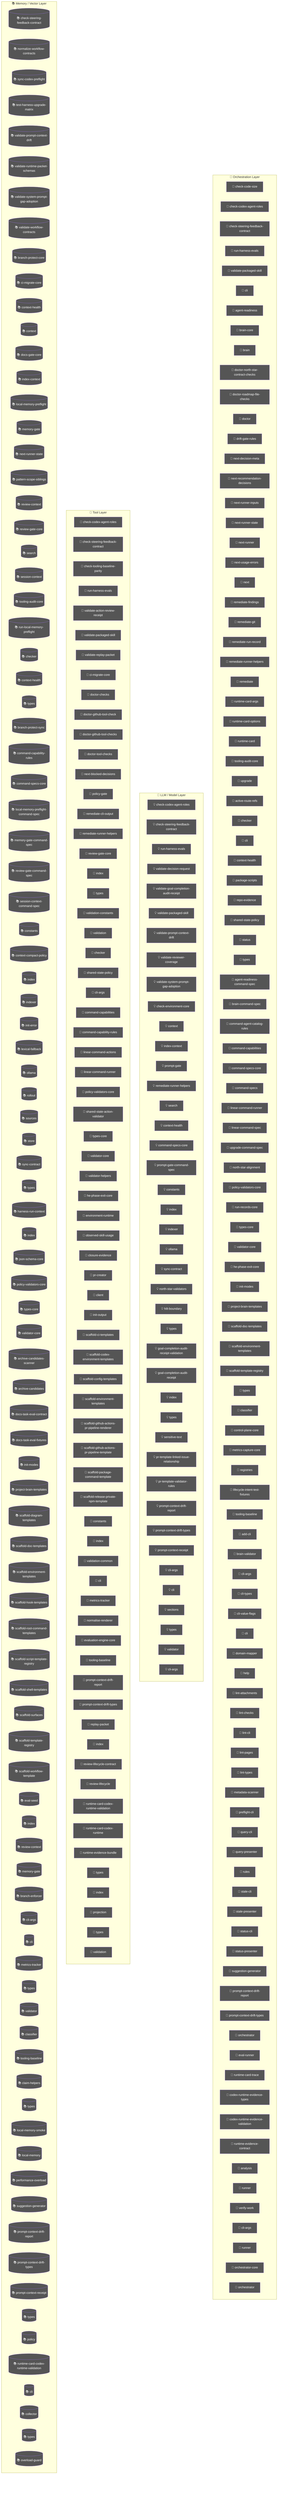
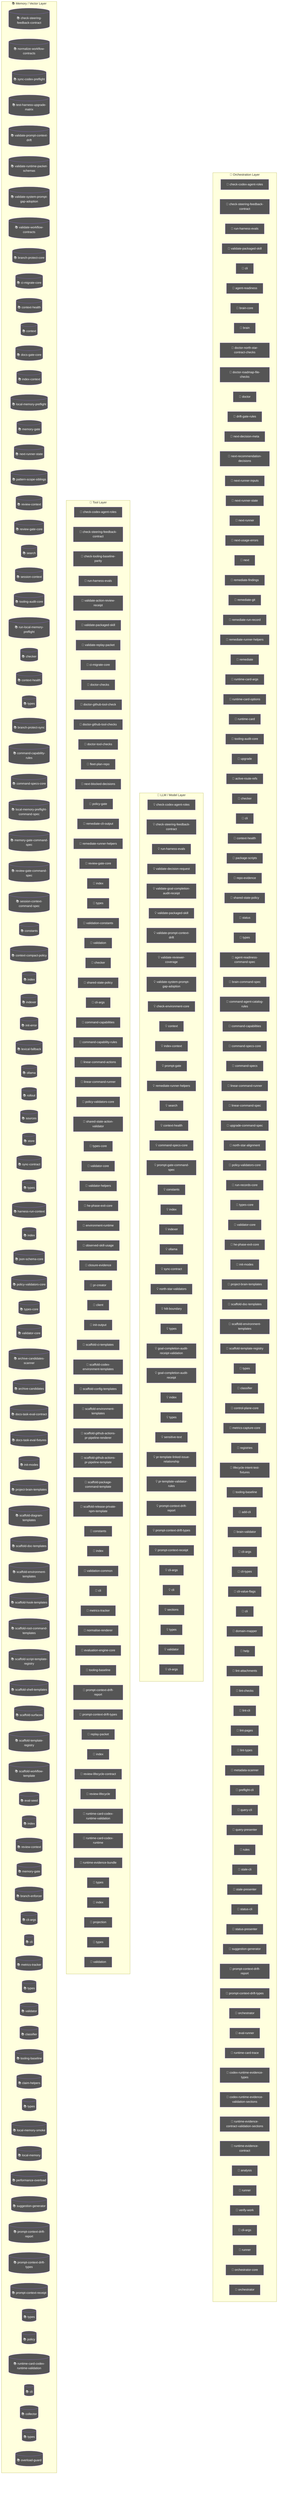
flowchart TD
  subgraph Orchestration["🎯 Orchestration Layer"]
-     check_code_size_9c5efc3a["🤖 check-code-size"]
    node_agent_mmd_orchestration_layer_orchestration_chec_7a9f0b64["🤖 check-codex-agent-roles"]
    node_agent_mmd_orchestration_layer_orchestration_chec_7fd47f5c["🤖 check-steering-feedback-contract"]
    node_agent_mmd_orchestration_layer_orchestration_run__18817957["🤖 run-harness-evals"]
    node_agent_mmd_orchestration_layer_orchestration_vali_c01b04be["🤖 validate-packaged-skill"]
    cli_99bb8840["🤖 cli"]
    agent_readiness_c82c68e6["🤖 agent-readiness"]
    brain_core_aa07c380["🤖 brain-core"]
    brain_bbbf7a64["🤖 brain"]
    doctor_north_star_contract_checks_0048124c["🤖 doctor-north-star-contract-checks"]
    doctor_roadmap_file_checks_14447b8e["🤖 doctor-roadmap-file-checks"]
    doctor_72f4be89["🤖 doctor"]
    drift_gate_rules_9685e72d["🤖 drift-gate-rules"]
    next_decision_meta_c58bc91b["🤖 next-decision-meta"]
    next_recommendation_decisions_03315dd4["🤖 next-recommendation-decisions"]
    next_runner_inputs_754dba64["🤖 next-runner-inputs"]
    node_agent_mmd_orchestration_layer_orchestration_next_5393fba1["🤖 next-runner-state"]
    next_runner_41643472["🤖 next-runner"]
    next_usage_errors_837a345a["🤖 next-usage-errors"]
    next_c6c1c9a9["🤖 next"]
    remediate_findings_8b09c8c6["🤖 remediate-findings"]
    remediate_git_58c6f6f4["🤖 remediate-git"]
    remediate_run_record_9dfe5dc1["🤖 remediate-run-record"]
    node_agent_mmd_orchestration_layer_orchestration_reme_359fe98f["🤖 remediate-runner-helpers"]
    remediate_06b9c7fc["🤖 remediate"]
    runtime_card_args_2b3d4b28["🤖 runtime-card-args"]
    runtime_card_options_c9156ad5["🤖 runtime-card-options"]
    runtime_card_e06b53e1["🤖 runtime-card"]
    node_agent_mmd_orchestration_layer_orchestration_tool_acfe0c01["🤖 tooling-audit-core"]
    upgrade_7fef9479["🤖 upgrade"]
    active_route_refs_d7a46846["🤖 active-route-refs"]
    node_agent_mmd_orchestration_layer_orchestration_chec_0550c395["🤖 checker"]
    cli_1_084e05fe["🤖 cli"]
    node_agent_mmd_orchestration_layer_orchestration_cont_61b3b9c9["🤖 context-health"]
    package_scripts_3ee6150f["🤖 package-scripts"]
    repo_evidence_38bb1de5["🤖 repo-evidence"]
    node_agent_mmd_orchestration_layer_orchestration_shar_724ef5f0["🤖 shared-state-policy"]
    status_073c1634["🤖 status"]
    node_agent_mmd_orchestration_layer_orchestration_type_4f906dcc["🤖 types"]
    agent_readiness_command_spec_a30c2c1e["🤖 agent-readiness-command-spec"]
    brain_command_spec_15b122d5["🤖 brain-command-spec"]
    command_agent_catalog_rules_8e06b2af["🤖 command-agent-catalog-rules"]
    node_agent_mmd_orchestration_layer_orchestration_comm_6e41a7f7["🤖 command-capabilities"]
    node_agent_mmd_orchestration_layer_orchestration_comm_1f8cc24c["🤖 command-specs-core"]
    command_specs_69167c63["🤖 command-specs"]
    node_agent_mmd_orchestration_layer_orchestration_line_b67affd5["🤖 linear-command-runner"]
    linear_command_spec_1e12dd44["🤖 linear-command-spec"]
    upgrade_command_spec_03f6c7bd["🤖 upgrade-command-spec"]
    north_star_alignment_00440188["🤖 north-star-alignment"]
    node_agent_mmd_orchestration_layer_orchestration_poli_3270b55d["🤖 policy-validators-core"]
    run_records_core_89286dfa["🤖 run-records-core"]
    node_agent_mmd_orchestration_layer_orchestration_type_7cf81261["🤖 types-core"]
    node_agent_mmd_orchestration_layer_orchestration_vali_d9fe99e6["🤖 validator-core"]
    node_agent_mmd_orchestration_layer_orchestration_he_p_fc778c24["🤖 he-phase-exit-core"]
    node_agent_mmd_orchestration_layer_orchestration_init_2a9c3ecb["🤖 init-modes"]
    node_agent_mmd_orchestration_layer_orchestration_proj_6ab6f60f["🤖 project-brain-templates"]
    node_agent_mmd_orchestration_layer_orchestration_scaf_12cc07db["🤖 scaffold-doc-templates"]
    node_agent_mmd_orchestration_layer_orchestration_scaf_c9a90c2f["🤖 scaffold-environment-templates"]
    node_agent_mmd_orchestration_layer_orchestration_scaf_ff8f92f6["🤖 scaffold-template-registry"]
    types_16_0fae1112["🤖 types"]
    node_agent_mmd_orchestration_layer_orchestration_clas_899b821a["🤖 classifier"]
    control_plane_core_db3b4cb2["🤖 control-plane-core"]
    metrics_capture_core_db4bf7cf["🤖 metrics-capture-core"]
    registries_06402afa["🤖 registries"]
    lifecycle_intent_test_fixtures_a53c7ada["🤖 lifecycle-intent-test-fixtures"]
    node_agent_mmd_orchestration_layer_orchestration_tool_cc43149f["🤖 tooling-baseline"]
    add_cli_7614de25["🤖 add-cli"]
    brain_validator_be251832["🤖 brain-validator"]
    cli_args_8_d546936e["🤖 cli-args"]
    cli_types_1686e858["🤖 cli-types"]
    cli_value_flags_732a8e43["🤖 cli-value-flags"]
    cli_10_35dc8cbd["🤖 cli"]
    domain_mapper_cd9333d2["🤖 domain-mapper"]
    help_106a5842["🤖 help"]
    lint_attachments_873c0632["🤖 lint-attachments"]
    lint_checks_83522b19["🤖 lint-checks"]
    lint_cli_9ec62ec0["🤖 lint-cli"]
    lint_pages_e33301d0["🤖 lint-pages"]
    lint_types_2862c255["🤖 lint-types"]
    metadata_scanner_6a101b66["🤖 metadata-scanner"]
    preflight_cli_5d148379["🤖 preflight-cli"]
    query_cli_b95be64d["🤖 query-cli"]
    query_presenter_02e6077c["🤖 query-presenter"]
    rules_6c621d1a["🤖 rules"]
    stale_cli_64548720["🤖 stale-cli"]
    stale_presenter_1de4e3a2["🤖 stale-presenter"]
    status_cli_4c24a0d6["🤖 status-cli"]
    status_presenter_8de686c1["🤖 status-presenter"]
    node_agent_mmd_orchestration_layer_orchestration_sugg_85c5ebe3["🤖 suggestion-generator"]
    node_agent_mmd_orchestration_layer_orchestration_prom_d17b4de2["🤖 prompt-context-drift-report"]
    node_agent_mmd_orchestration_layer_orchestration_prom_77088997["🤖 prompt-context-drift-types"]
    orchestrator_11376b7e["🤖 orchestrator"]
    eval_runner_0966a6b3["🤖 eval-runner"]
    runtime_card_trace_64a5ca95["🤖 runtime-card-trace"]
    codex_runtime_evidence_types_f55808dd["🤖 codex-runtime-evidence-types"]
-     codex_runtime_evidence_validation_d060a92d["🤖 codex-runtime-evidence-validation"]
+     codex_runtime_evidence_validation_sections_6d236b4a["🤖 codex-runtime-evidence-validation-sections"]
+     runtime_evidence_contract_validation_sections_1779ca7c["🤖 runtime-evidence-contract-validation-sections"]
    runtime_evidence_contract_0f7b15b2["🤖 runtime-evidence-contract"]
    analysis_f44e85c4["🤖 analysis"]
    runner_527aa9f4["🤖 runner"]
    verify_work_1_cd8e7ec3["🤖 verify-work"]
    cli_args_14_3481043e["🤖 cli-args"]
    runner_1_6f281bf8["🤖 runner"]
    orchestrator_core_d0678b53["🤖 orchestrator-core"]
    orchestrator_1_6b7137c5["🤖 orchestrator"]
  end
  subgraph LLMLayer["🧠 LLM / Model Layer"]
    node_agent_mmd_llm_model_layer_llmlayer_check_codex_a_29e7b7fa["💡 check-codex-agent-roles"]
    node_agent_mmd_llm_model_layer_llmlayer_check_steerin_0e1bf90d["💡 check-steering-feedback-contract"]
    node_agent_mmd_llm_model_layer_llmlayer_run_harness_e_603fcfdc["💡 run-harness-evals"]
    validate_decision_request_2e5c325e["💡 validate-decision-request"]
    validate_goal_completion_audit_receipt_100d252c["💡 validate-goal-completion-audit-receipt"]
    node_agent_mmd_llm_model_layer_llmlayer_validate_pack_2a12e1f4["💡 validate-packaged-skill"]
    node_agent_mmd_llm_model_layer_llmlayer_validate_prom_9880f764["💡 validate-prompt-context-drift"]
    validate_reviewer_coverage_251efee3["💡 validate-reviewer-coverage"]
    node_agent_mmd_llm_model_layer_llmlayer_validate_syst_5636156e["💡 validate-system-prompt-gap-adoption"]
    check_environment_core_2c16213f["💡 check-environment-core"]
    node_agent_mmd_llm_model_layer_llmlayer_context_conte_ad2dfbd9["💡 context"]
    node_agent_mmd_llm_model_layer_llmlayer_index_context_1041bd11["💡 index-context"]
    prompt_gate_c5e9d207["💡 prompt-gate"]
    node_agent_mmd_llm_model_layer_llmlayer_remediate_run_9e3d4585["💡 remediate-runner-helpers"]
    node_agent_mmd_llm_model_layer_llmlayer_search_search_66b9a911["💡 search"]
    node_agent_mmd_llm_model_layer_llmlayer_context_healt_cfc0bfa8["💡 context-health"]
    node_agent_mmd_llm_model_layer_llmlayer_command_specs_782af9fa["💡 command-specs-core"]
    prompt_gate_command_spec_9a941482["💡 prompt-gate-command-spec"]
    node_agent_mmd_llm_model_layer_llmlayer_constants_con_c9bd3f6c["💡 constants"]
    node_agent_mmd_llm_model_layer_llmlayer_index_index_1_02e160ff["💡 index"]
    node_agent_mmd_llm_model_layer_llmlayer_indexer_index_4f4deef5["💡 indexer"]
    node_agent_mmd_llm_model_layer_llmlayer_ollama_ollama_968b23fa["💡 ollama"]
    node_agent_mmd_llm_model_layer_llmlayer_sync_contract_9f3cc8c1["💡 sync-contract"]
    north_star_validators_cfc926ce["💡 north-star-validators"]
    hilt_boundary_9b36fb15["💡 hilt-boundary"]
    types_10_75e5a4a0["💡 types"]
    goal_completion_audit_receipt_validation_9d0f4891["💡 goal-completion-audit-receipt-validation"]
    goal_completion_audit_receipt_5e4939c3["💡 goal-completion-audit-receipt"]
    index_5_522f772a["💡 index"]
    node_agent_mmd_llm_model_layer_llmlayer_constants_con_c9bd3f6c["💡 constants"]
    types_17_ed30531c["💡 types"]
    sensitive_text_7c11f760["💡 sensitive-text"]
    pr_template_linked_issue_relationship_a7b61f2c["💡 pr-template-linked-issue-relationship"]
    pr_template_validator_rules_20a32d6b["💡 pr-template-validator-rules"]
    node_agent_mmd_llm_model_layer_llmlayer_index_index_1_02e160ff["💡 index"]
    node_agent_mmd_llm_model_layer_llmlayer_prompt_contex_81f9066a["💡 prompt-context-drift-report"]
    node_agent_mmd_llm_model_layer_llmlayer_prompt_contex_e5066b88["💡 prompt-context-drift-types"]
    node_agent_mmd_llm_model_layer_llmlayer_index_index_1_02e160ff["💡 index"]
    node_agent_mmd_llm_model_layer_llmlayer_prompt_contex_6426acc2["💡 prompt-context-receipt"]
    cli_args_9_9c136878["💡 cli-args"]
    cli_11_338a8415["💡 cli"]
    sections_4697ef32["💡 sections"]
    types_27_4d134744["💡 types"]
    validator_7_f836eb0e["💡 validator"]
    cli_args_10_861cdd3f["💡 cli-args"]
  end
  subgraph ToolLayer["🔧 Tool Layer"]
    node_agent_mmd_tool_layer_toollayer_check_codex_agent_4b361d5a["🔧 check-codex-agent-roles"]
    node_agent_mmd_tool_layer_toollayer_check_steering_fe_eafecf3a["🔧 check-steering-feedback-contract"]
    check_tooling_baseline_parity_3124b30a["🔧 check-tooling-baseline-parity"]
    node_agent_mmd_tool_layer_toollayer_run_harness_evals_e2ee24f1["🔧 run-harness-evals"]
    validate_action_review_receipt_fa2f06c3["🔧 validate-action-review-receipt"]
    node_agent_mmd_tool_layer_toollayer_validate_packaged_2855c827["🔧 validate-packaged-skill"]
    validate_replay_packet_f309747e["🔧 validate-replay-packet"]
    node_agent_mmd_tool_layer_toollayer_ci_migrate_core_c_049f8460["🔧 ci-migrate-core"]
    doctor_checks_5a2eb2b9["🔧 doctor-checks"]
    doctor_github_tool_check_e0a938df["🔧 doctor-github-tool-check"]
    doctor_github_tool_checks_a53b0382["🔧 doctor-github-tool-checks"]
    doctor_tool_checks_4acac51a["🔧 doctor-tool-checks"]
+     fleet_plan_repo_ecdc6499["🔧 fleet-plan-repo"]
    next_blocked_decisions_4140ad2b["🔧 next-blocked-decisions"]
    policy_gate_213f7313["🔧 policy-gate"]
    remediate_cli_output_cc165396["🔧 remediate-cli-output"]
    node_agent_mmd_tool_layer_toollayer_remediate_runner__c003b871["🔧 remediate-runner-helpers"]
    node_agent_mmd_tool_layer_toollayer_review_gate_core__7704598b["🔧 review-gate-core"]
    index_1bc04b52["🔧 index"]
    types_1_4ecdf56e["🔧 types"]
    validation_constants_e002a0f6["🔧 validation-constants"]
    validation_98c41dcd["🔧 validation"]
    node_agent_mmd_tool_layer_toollayer_checker_checker_2_453d593b["🔧 checker"]
    node_agent_mmd_tool_layer_toollayer_shared_state_poli_53734acd["🔧 shared-state-policy"]
    cli_args_1_6144b055["🔧 cli-args"]
    node_agent_mmd_tool_layer_toollayer_command_capabilit_7fe13db1["🔧 command-capabilities"]
    node_agent_mmd_tool_layer_toollayer_command_capabilit_e97a4615["🔧 command-capability-rules"]
    linear_command_actions_e430f4f4["🔧 linear-command-actions"]
    node_agent_mmd_tool_layer_toollayer_linear_command_ru_d6763748["🔧 linear-command-runner"]
    node_agent_mmd_tool_layer_toollayer_policy_validators_af136abf["🔧 policy-validators-core"]
    shared_state_action_validator_e7b128cd["🔧 shared-state-action-validator"]
    node_agent_mmd_tool_layer_toollayer_types_core_types__6c8319b6["🔧 types-core"]
    node_agent_mmd_tool_layer_toollayer_validator_core_va_6ef6131f["🔧 validator-core"]
    validator_helpers_7b927667["🔧 validator-helpers"]
    node_agent_mmd_tool_layer_toollayer_he_phase_exit_cor_af016160["🔧 he-phase-exit-core"]
    environment_runtime_3206f0a8["🔧 environment-runtime"]
    observed_skill_usage_ed7d5930["🔧 observed-skill-usage"]
    closure_evidence_aaa31467["🔧 closure-evidence"]
    pr_creator_dc6b1ea4["🔧 pr-creator"]
    client_948fe603["🔧 client"]
    init_output_360dce91["🔧 init-output"]
    scaffold_ci_templates_2afd6392["🔧 scaffold-ci-templates"]
    scaffold_codex_environment_templates_334fbbed["🔧 scaffold-codex-environment-templates"]
    scaffold_config_templates_4b80ce53["🔧 scaffold-config-templates"]
    node_agent_mmd_tool_layer_toollayer_scaffold_environm_c1afc013["🔧 scaffold-environment-templates"]
    scaffold_github_actions_pr_pipeline_renderer_1ee18de5["🔧 scaffold-github-actions-pr-pipeline-renderer"]
    scaffold_github_actions_pr_pipeline_template_e2b85f62["🔧 scaffold-github-actions-pr-pipeline-template"]
    scaffold_package_command_template_80e32e83["🔧 scaffold-package-command-template"]
    scaffold_release_private_npm_template_075499f8["🔧 scaffold-release-private-npm-template"]
    node_agent_mmd_tool_layer_toollayer_constants_constan_9d71b829["🔧 constants"]
    index_9_32dd4d91["🔧 index"]
    validation_common_6161e48b["🔧 validation-common"]
    node_agent_mmd_tool_layer_toollayer_cli_cli_2_1_32d9eeaf["🔧 cli"]
    node_agent_mmd_tool_layer_toollayer_metrics_tracker_m_4c9237d8["🔧 metrics-tracker"]
    normalise_renderer_85f2e563["🔧 normalise-renderer"]
    evaluation_engine_core_e054fe49["🔧 evaluation-engine-core"]
    node_agent_mmd_tool_layer_toollayer_tooling_baseline__61e66e9f["🔧 tooling-baseline"]
    node_agent_mmd_tool_layer_toollayer_prompt_context_dr_a2772f2b["🔧 prompt-context-drift-report"]
    node_agent_mmd_tool_layer_toollayer_prompt_context_dr_bd82da46["🔧 prompt-context-drift-types"]
    replay_packet_a1293f88["🔧 replay-packet"]
    index_14_d982116c["🔧 index"]
    review_lifecycle_contract_e5447221["🔧 review-lifecycle-contract"]
    review_lifecycle_89afa64c["🔧 review-lifecycle"]
    node_agent_mmd_tool_layer_toollayer_runtime_card_code_3636ceac["🔧 runtime-card-codex-runtime-validation"]
    runtime_card_codex_runtime_0655e230["🔧 runtime-card-codex-runtime"]
    runtime_evidence_bundle_d471a232["🔧 runtime-evidence-bundle"]
    types_36_674380ec["🔧 types"]
    index_17_642943a2["🔧 index"]
    projection_1b250ea1["🔧 projection"]
    types_38_e8efcd57["🔧 types"]
    validation_7_c4e6d8b6["🔧 validation"]
  end
  subgraph MemoryLayer["📚 Memory / Vector Layer"]
    node_agent_mmd_memory_vector_layer_memorylayer_check__64c86928[("📚 check-steering-feedback-contract")]
    normalize_workflow_contracts_8701f1c8[("📚 normalize-workflow-contracts")]
    sync_codex_preflight_7e7a8dc2[("📚 sync-codex-preflight")]
    test_harness_upgrade_matrix_84113c4e[("📚 test-harness-upgrade-matrix")]
    node_agent_mmd_memory_vector_layer_memorylayer_valida_c52c4db8[("📚 validate-prompt-context-drift")]
    validate_runtime_packet_schemas_bc3ba8ec[("📚 validate-runtime-packet-schemas")]
    node_agent_mmd_memory_vector_layer_memorylayer_valida_db599a97[("📚 validate-system-prompt-gap-adoption")]
    validate_workflow_contracts_33dc063c[("📚 validate-workflow-contracts")]
    branch_protect_core_a8feb0fd[("📚 branch-protect-core")]
    node_agent_mmd_memory_vector_layer_memorylayer_ci_mig_0cd5b1a4[("📚 ci-migrate-core")]
    context_health_80bb7da9[("📚 context-health")]
    node_agent_mmd_memory_vector_layer_memorylayer_contex_78ceaaa9[("📚 context")]
    docs_gate_core_eb9b6c18[("📚 docs-gate-core")]
    node_agent_mmd_memory_vector_layer_memorylayer_index__6f3402d0[("📚 index-context")]
    local_memory_preflight_dcc36c42[("📚 local-memory-preflight")]
    memory_gate_a577a506[("📚 memory-gate")]
    node_agent_mmd_memory_vector_layer_memorylayer_next_r_7feb80cc[("📚 next-runner-state")]
    pattern_scope_siblings_43abe000[("📚 pattern-scope-siblings")]
    review_context_ca6cf81d[("📚 review-context")]
    node_agent_mmd_memory_vector_layer_memorylayer_review_5bee9816[("📚 review-gate-core")]
    node_agent_mmd_memory_vector_layer_memorylayer_search_ac35cb7e[("📚 search")]
    session_context_e5ec72c0[("📚 session-context")]
    node_agent_mmd_memory_vector_layer_memorylayer_toolin_a1185b8f[("📚 tooling-audit-core")]
    run_local_memory_preflight_36e92808[("📚 run-local-memory-preflight")]
    node_agent_mmd_memory_vector_layer_memorylayer_checke_a583eb4f[("📚 checker")]
    node_agent_mmd_memory_vector_layer_memorylayer_contex_3204aa0e[("📚 context-health")]
    node_agent_mmd_memory_vector_layer_memorylayer_types__9ad640a0[("📚 types")]
    branch_protect_sync_570adb18[("📚 branch-protect-sync")]
    node_agent_mmd_memory_vector_layer_memorylayer_comman_c72a5d05[("📚 command-capability-rules")]
    node_agent_mmd_memory_vector_layer_memorylayer_comman_111eb454[("📚 command-specs-core")]
    local_memory_preflight_command_spec_9e23f3ce[("📚 local-memory-preflight-command-spec")]
    memory_gate_command_spec_dc9001a9[("📚 memory-gate-command-spec")]
    review_gate_command_spec_3187376a[("📚 review-gate-command-spec")]
    session_context_command_spec_973afbb1[("📚 session-context-command-spec")]
    node_agent_mmd_memory_vector_layer_memorylayer_consta_702d3f46[("📚 constants")]
    context_compact_policy_3dcaf95d[("📚 context-compact-policy")]
    node_agent_mmd_memory_vector_layer_memorylayer_index__752bc61e[("📚 index")]
    node_agent_mmd_memory_vector_layer_memorylayer_indexe_93e6d86f[("📚 indexer")]
    init_error_5c7dd49f[("📚 init-error")]
    lexical_fallback_723e2b3e[("📚 lexical-fallback")]
    node_agent_mmd_memory_vector_layer_memorylayer_ollama_6d51be16[("📚 ollama")]
    rollout_a4fa034c[("📚 rollout")]
    sources_878a52fc[("📚 sources")]
    store_824d80d7[("📚 store")]
    node_agent_mmd_memory_vector_layer_memorylayer_sync_c_e43418bc[("📚 sync-contract")]
    types_8_f6283648[("📚 types")]
    harness_run_context_ac7c77a9[("📚 harness-run-context")]
    index_4_013aa0e3[("📚 index")]
    json_schema_core_96d7e328[("📚 json-schema-core")]
    node_agent_mmd_memory_vector_layer_memorylayer_policy_1944de42[("📚 policy-validators-core")]
    node_agent_mmd_memory_vector_layer_memorylayer_types__83f369fa[("📚 types-core")]
    node_agent_mmd_memory_vector_layer_memorylayer_valida_41034356[("📚 validator-core")]
    archive_candidates_scanner_d0931789[("📚 archive-candidates-scanner")]
    archive_candidates_dc0e40e1[("📚 archive-candidates")]
    docs_task_eval_contract_79347457[("📚 docs-task-eval-contract")]
    docs_task_eval_fixtures_44902755[("📚 docs-task-eval-fixtures")]
    node_agent_mmd_memory_vector_layer_memorylayer_init_m_333d02c5[("📚 init-modes")]
    node_agent_mmd_memory_vector_layer_memorylayer_projec_3ae304d9[("📚 project-brain-templates")]
    scaffold_diagram_templates_dd88e83c[("📚 scaffold-diagram-templates")]
    node_agent_mmd_memory_vector_layer_memorylayer_scaffo_5fd73b94[("📚 scaffold-doc-templates")]
    node_agent_mmd_memory_vector_layer_memorylayer_scaffo_12b42341[("📚 scaffold-environment-templates")]
    scaffold_hook_templates_8c74ab50[("📚 scaffold-hook-templates")]
    scaffold_root_command_templates_404fed7f[("📚 scaffold-root-command-templates")]
    scaffold_script_template_registry_69312d4e[("📚 scaffold-script-template-registry")]
    scaffold_shell_templates_0ad0f915[("📚 scaffold-shell-templates")]
    scaffold_surfaces_12d6494e[("📚 scaffold-surfaces")]
    node_agent_mmd_memory_vector_layer_memorylayer_scaffo_a86eece1[("📚 scaffold-template-registry")]
    scaffold_workflow_template_92310587[("📚 scaffold-workflow-template")]
    eval_seed_5699fd3e[("📚 eval-seed")]
    index_10_f6785a46[("📚 index")]
    review_context_1_e3afed15[("📚 review-context")]
    memory_gate_1_265164ac[("📚 memory-gate")]
    branch_enforcer_acb749cd[("📚 branch-enforcer")]
    cli_args_5_09ea29f0[("📚 cli-args")]
    node_agent_mmd_memory_vector_layer_memorylayer_cli_cl_1f1f89ab[("📚 cli")]
    node_agent_mmd_memory_vector_layer_memorylayer_metric_12562178[("📚 metrics-tracker")]
    types_19_eb4ad5f0[("📚 types")]
    validator_5_b19ac2be[("📚 validator")]
    node_agent_mmd_memory_vector_layer_memorylayer_classi_1ebbf5ff[("📚 classifier")]
    node_agent_mmd_memory_vector_layer_memorylayer_toolin_14f86b00[("📚 tooling-baseline")]
    claim_helpers_20dc8387[("📚 claim-helpers")]
    types_24_c63dc1a7[("📚 types")]
    local_memory_smoke_1175abfc[("📚 local-memory-smoke")]
    local_memory_0db17ecc[("📚 local-memory")]
    performance_overload_c685bfcf[("📚 performance-overload")]
    node_agent_mmd_memory_vector_layer_memorylayer_sugges_267f408d[("📚 suggestion-generator")]
    node_agent_mmd_memory_vector_layer_memorylayer_index__752bc61e[("📚 index")]
    node_agent_mmd_memory_vector_layer_memorylayer_prompt_ae34fc43[("📚 prompt-context-drift-report")]
    node_agent_mmd_memory_vector_layer_memorylayer_prompt_efd77624[("📚 prompt-context-drift-types")]
    node_agent_mmd_memory_vector_layer_memorylayer_index__752bc61e[("📚 index")]
    node_agent_mmd_memory_vector_layer_memorylayer_prompt_55c0d605[("📚 prompt-context-receipt")]
    types_31_eb363e20[("📚 types")]
    policy_1_fc4198db[("📚 policy")]
    node_agent_mmd_memory_vector_layer_memorylayer_runtim_a5d23e7f[("📚 runtime-card-codex-runtime-validation")]
    cli_12_01c06c37[("📚 cli")]
    collector_0736fd5b[("📚 collector")]
    types_34_85e6a0bb[("📚 types")]
    overload_guard_2748c559[("📚 overload-guard")]
  end
  classDef agentNode fill:#555,color:#fff
-   class check_code_size_9c5efc3a,node_agent_mmd_orchestration_layer_orchestration_chec_7a9f0b64,node_agent_mmd_llm_model_layer_llmlayer_check_codex_a_29e7b7fa,node_agent_mmd_tool_layer_toollayer_check_codex_agent_4b361d5a,node_agent_mmd_orchestration_layer_orchestration_chec_7fd47f5c,node_agent_mmd_llm_model_layer_llmlayer_check_steerin_0e1bf90d,node_agent_mmd_tool_layer_toollayer_check_steering_fe_eafecf3a,node_agent_mmd_memory_vector_layer_memorylayer_check__64c86928,node_agent_mmd_orchestration_layer_orchestration_run__18817957,node_agent_mmd_llm_model_layer_llmlayer_run_harness_e_603fcfdc,node_agent_mmd_tool_layer_toollayer_run_harness_evals_e2ee24f1,node_agent_mmd_orchestration_layer_orchestration_vali_c01b04be,node_agent_mmd_llm_model_layer_llmlayer_validate_pack_2a12e1f4,node_agent_mmd_tool_layer_toollayer_validate_packaged_2855c827,cli_99bb8840,agent_readiness_c82c68e6,brain_core_aa07c380,brain_bbbf7a64,doctor_north_star_contract_checks_0048124c,doctor_roadmap_file_checks_14447b8e,doctor_72f4be89,drift_gate_rules_9685e72d,next_decision_meta_c58bc91b,next_recommendation_decisions_03315dd4,next_runner_inputs_754dba64,node_agent_mmd_orchestration_layer_orchestration_next_5393fba1,node_agent_mmd_memory_vector_layer_memorylayer_next_r_7feb80cc,next_runner_41643472,next_usage_errors_837a345a,next_c6c1c9a9,remediate_findings_8b09c8c6,remediate_git_58c6f6f4,remediate_run_record_9dfe5dc1,node_agent_mmd_orchestration_layer_orchestration_reme_359fe98f,node_agent_mmd_llm_model_layer_llmlayer_remediate_run_9e3d4585,node_agent_mmd_tool_layer_toollayer_remediate_runner__c003b871,remediate_06b9c7fc,runtime_card_args_2b3d4b28,runtime_card_options_c9156ad5,runtime_card_e06b53e1,node_agent_mmd_orchestration_layer_orchestration_tool_acfe0c01,node_agent_mmd_memory_vector_layer_memorylayer_toolin_a1185b8f,upgrade_7fef9479,active_route_refs_d7a46846,node_agent_mmd_orchestration_layer_orchestration_chec_0550c395,node_agent_mmd_tool_layer_toollayer_checker_checker_2_453d593b,node_agent_mmd_memory_vector_layer_memorylayer_checke_a583eb4f,cli_1_084e05fe,node_agent_mmd_orchestration_layer_orchestration_cont_61b3b9c9,node_agent_mmd_llm_model_layer_llmlayer_context_healt_cfc0bfa8,node_agent_mmd_memory_vector_layer_memorylayer_contex_3204aa0e,package_scripts_3ee6150f,repo_evidence_38bb1de5,node_agent_mmd_orchestration_layer_orchestration_shar_724ef5f0,node_agent_mmd_tool_layer_toollayer_shared_state_poli_53734acd,status_073c1634,node_agent_mmd_orchestration_layer_orchestration_type_4f906dcc,node_agent_mmd_memory_vector_layer_memorylayer_types__9ad640a0,agent_readiness_command_spec_a30c2c1e,brain_command_spec_15b122d5,command_agent_catalog_rules_8e06b2af,node_agent_mmd_orchestration_layer_orchestration_comm_6e41a7f7,node_agent_mmd_tool_layer_toollayer_command_capabilit_7fe13db1,node_agent_mmd_orchestration_layer_orchestration_comm_1f8cc24c,node_agent_mmd_llm_model_layer_llmlayer_command_specs_782af9fa,node_agent_mmd_memory_vector_layer_memorylayer_comman_111eb454,command_specs_69167c63,node_agent_mmd_orchestration_layer_orchestration_line_b67affd5,node_agent_mmd_tool_layer_toollayer_linear_command_ru_d6763748,linear_command_spec_1e12dd44,upgrade_command_spec_03f6c7bd,north_star_alignment_00440188,node_agent_mmd_orchestration_layer_orchestration_poli_3270b55d,node_agent_mmd_tool_layer_toollayer_policy_validators_af136abf,node_agent_mmd_memory_vector_layer_memorylayer_policy_1944de42,run_records_core_89286dfa,node_agent_mmd_orchestration_layer_orchestration_type_7cf81261,node_agent_mmd_tool_layer_toollayer_types_core_types__6c8319b6,node_agent_mmd_memory_vector_layer_memorylayer_types__83f369fa,node_agent_mmd_orchestration_layer_orchestration_vali_d9fe99e6,node_agent_mmd_tool_layer_toollayer_validator_core_va_6ef6131f,node_agent_mmd_memory_vector_layer_memorylayer_valida_41034356,node_agent_mmd_orchestration_layer_orchestration_he_p_fc778c24,node_agent_mmd_tool_layer_toollayer_he_phase_exit_cor_af016160,node_agent_mmd_orchestration_layer_orchestration_init_2a9c3ecb,node_agent_mmd_memory_vector_layer_memorylayer_init_m_333d02c5,node_agent_mmd_orchestration_layer_orchestration_proj_6ab6f60f,node_agent_mmd_memory_vector_layer_memorylayer_projec_3ae304d9,node_agent_mmd_orchestration_layer_orchestration_scaf_12cc07db,node_agent_mmd_memory_vector_layer_memorylayer_scaffo_5fd73b94,node_agent_mmd_orchestration_layer_orchestration_scaf_c9a90c2f,node_agent_mmd_tool_layer_toollayer_scaffold_environm_c1afc013,node_agent_mmd_memory_vector_layer_memorylayer_scaffo_12b42341,node_agent_mmd_orchestration_layer_orchestration_scaf_ff8f92f6,node_agent_mmd_memory_vector_layer_memorylayer_scaffo_a86eece1,types_16_0fae1112,node_agent_mmd_orchestration_layer_orchestration_clas_899b821a,node_agent_mmd_memory_vector_layer_memorylayer_classi_1ebbf5ff,control_plane_core_db3b4cb2,metrics_capture_core_db4bf7cf,registries_06402afa,lifecycle_intent_test_fixtures_a53c7ada,node_agent_mmd_orchestration_layer_orchestration_tool_cc43149f,node_agent_mmd_tool_layer_toollayer_tooling_baseline__61e66e9f,node_agent_mmd_memory_vector_layer_memorylayer_toolin_14f86b00,add_cli_7614de25,brain_validator_be251832,cli_args_8_d546936e,cli_types_1686e858,cli_value_flags_732a8e43,cli_10_35dc8cbd,domain_mapper_cd9333d2,help_106a5842,lint_attachments_873c0632,lint_checks_83522b19,lint_cli_9ec62ec0,lint_pages_e33301d0,lint_types_2862c255,metadata_scanner_6a101b66,preflight_cli_5d148379,query_cli_b95be64d,query_presenter_02e6077c,rules_6c621d1a,stale_cli_64548720,stale_presenter_1de4e3a2,status_cli_4c24a0d6,status_presenter_8de686c1,node_agent_mmd_orchestration_layer_orchestration_sugg_85c5ebe3,node_agent_mmd_memory_vector_layer_memorylayer_sugges_267f408d,node_agent_mmd_orchestration_layer_orchestration_prom_d17b4de2,node_agent_mmd_llm_model_layer_llmlayer_prompt_contex_81f9066a,node_agent_mmd_tool_layer_toollayer_prompt_context_dr_a2772f2b,node_agent_mmd_memory_vector_layer_memorylayer_prompt_ae34fc43,node_agent_mmd_orchestration_layer_orchestration_prom_77088997,node_agent_mmd_llm_model_layer_llmlayer_prompt_contex_e5066b88,node_agent_mmd_tool_layer_toollayer_prompt_context_dr_bd82da46,node_agent_mmd_memory_vector_layer_memorylayer_prompt_efd77624,orchestrator_11376b7e,eval_runner_0966a6b3,runtime_card_trace_64a5ca95,codex_runtime_evidence_types_f55808dd,codex_runtime_evidence_validation_d060a92d,runtime_evidence_contract_0f7b15b2,analysis_f44e85c4,runner_527aa9f4,verify_work_1_cd8e7ec3,cli_args_14_3481043e,runner_1_6f281bf8,orchestrator_core_d0678b53,orchestrator_1_6b7137c5 agentNode
+   class node_agent_mmd_orchestration_layer_orchestration_chec_7a9f0b64,node_agent_mmd_llm_model_layer_llmlayer_check_codex_a_29e7b7fa,node_agent_mmd_tool_layer_toollayer_check_codex_agent_4b361d5a,node_agent_mmd_orchestration_layer_orchestration_chec_7fd47f5c,node_agent_mmd_llm_model_layer_llmlayer_check_steerin_0e1bf90d,node_agent_mmd_tool_layer_toollayer_check_steering_fe_eafecf3a,node_agent_mmd_memory_vector_layer_memorylayer_check__64c86928,node_agent_mmd_orchestration_layer_orchestration_run__18817957,node_agent_mmd_llm_model_layer_llmlayer_run_harness_e_603fcfdc,node_agent_mmd_tool_layer_toollayer_run_harness_evals_e2ee24f1,node_agent_mmd_orchestration_layer_orchestration_vali_c01b04be,node_agent_mmd_llm_model_layer_llmlayer_validate_pack_2a12e1f4,node_agent_mmd_tool_layer_toollayer_validate_packaged_2855c827,cli_99bb8840,agent_readiness_c82c68e6,brain_core_aa07c380,brain_bbbf7a64,doctor_north_star_contract_checks_0048124c,doctor_roadmap_file_checks_14447b8e,doctor_72f4be89,drift_gate_rules_9685e72d,next_decision_meta_c58bc91b,next_recommendation_decisions_03315dd4,next_runner_inputs_754dba64,node_agent_mmd_orchestration_layer_orchestration_next_5393fba1,node_agent_mmd_memory_vector_layer_memorylayer_next_r_7feb80cc,next_runner_41643472,next_usage_errors_837a345a,next_c6c1c9a9,remediate_findings_8b09c8c6,remediate_git_58c6f6f4,remediate_run_record_9dfe5dc1,node_agent_mmd_orchestration_layer_orchestration_reme_359fe98f,node_agent_mmd_llm_model_layer_llmlayer_remediate_run_9e3d4585,node_agent_mmd_tool_layer_toollayer_remediate_runner__c003b871,remediate_06b9c7fc,runtime_card_args_2b3d4b28,runtime_card_options_c9156ad5,runtime_card_e06b53e1,node_agent_mmd_orchestration_layer_orchestration_tool_acfe0c01,node_agent_mmd_memory_vector_layer_memorylayer_toolin_a1185b8f,upgrade_7fef9479,active_route_refs_d7a46846,node_agent_mmd_orchestration_layer_orchestration_chec_0550c395,node_agent_mmd_tool_layer_toollayer_checker_checker_2_453d593b,node_agent_mmd_memory_vector_layer_memorylayer_checke_a583eb4f,cli_1_084e05fe,node_agent_mmd_orchestration_layer_orchestration_cont_61b3b9c9,node_agent_mmd_llm_model_layer_llmlayer_context_healt_cfc0bfa8,node_agent_mmd_memory_vector_layer_memorylayer_contex_3204aa0e,package_scripts_3ee6150f,repo_evidence_38bb1de5,node_agent_mmd_orchestration_layer_orchestration_shar_724ef5f0,node_agent_mmd_tool_layer_toollayer_shared_state_poli_53734acd,status_073c1634,node_agent_mmd_orchestration_layer_orchestration_type_4f906dcc,node_agent_mmd_memory_vector_layer_memorylayer_types__9ad640a0,agent_readiness_command_spec_a30c2c1e,brain_command_spec_15b122d5,command_agent_catalog_rules_8e06b2af,node_agent_mmd_orchestration_layer_orchestration_comm_6e41a7f7,node_agent_mmd_tool_layer_toollayer_command_capabilit_7fe13db1,node_agent_mmd_orchestration_layer_orchestration_comm_1f8cc24c,node_agent_mmd_llm_model_layer_llmlayer_command_specs_782af9fa,node_agent_mmd_memory_vector_layer_memorylayer_comman_111eb454,command_specs_69167c63,node_agent_mmd_orchestration_layer_orchestration_line_b67affd5,node_agent_mmd_tool_layer_toollayer_linear_command_ru_d6763748,linear_command_spec_1e12dd44,upgrade_command_spec_03f6c7bd,north_star_alignment_00440188,node_agent_mmd_orchestration_layer_orchestration_poli_3270b55d,node_agent_mmd_tool_layer_toollayer_policy_validators_af136abf,node_agent_mmd_memory_vector_layer_memorylayer_policy_1944de42,run_records_core_89286dfa,node_agent_mmd_orchestration_layer_orchestration_type_7cf81261,node_agent_mmd_tool_layer_toollayer_types_core_types__6c8319b6,node_agent_mmd_memory_vector_layer_memorylayer_types__83f369fa,node_agent_mmd_orchestration_layer_orchestration_vali_d9fe99e6,node_agent_mmd_tool_layer_toollayer_validator_core_va_6ef6131f,node_agent_mmd_memory_vector_layer_memorylayer_valida_41034356,node_agent_mmd_orchestration_layer_orchestration_he_p_fc778c24,node_agent_mmd_tool_layer_toollayer_he_phase_exit_cor_af016160,node_agent_mmd_orchestration_layer_orchestration_init_2a9c3ecb,node_agent_mmd_memory_vector_layer_memorylayer_init_m_333d02c5,node_agent_mmd_orchestration_layer_orchestration_proj_6ab6f60f,node_agent_mmd_memory_vector_layer_memorylayer_projec_3ae304d9,node_agent_mmd_orchestration_layer_orchestration_scaf_12cc07db,node_agent_mmd_memory_vector_layer_memorylayer_scaffo_5fd73b94,node_agent_mmd_orchestration_layer_orchestration_scaf_c9a90c2f,node_agent_mmd_tool_layer_toollayer_scaffold_environm_c1afc013,node_agent_mmd_memory_vector_layer_memorylayer_scaffo_12b42341,node_agent_mmd_orchestration_layer_orchestration_scaf_ff8f92f6,node_agent_mmd_memory_vector_layer_memorylayer_scaffo_a86eece1,types_16_0fae1112,node_agent_mmd_orchestration_layer_orchestration_clas_899b821a,node_agent_mmd_memory_vector_layer_memorylayer_classi_1ebbf5ff,control_plane_core_db3b4cb2,metrics_capture_core_db4bf7cf,registries_06402afa,lifecycle_intent_test_fixtures_a53c7ada,node_agent_mmd_orchestration_layer_orchestration_tool_cc43149f,node_agent_mmd_tool_layer_toollayer_tooling_baseline__61e66e9f,node_agent_mmd_memory_vector_layer_memorylayer_toolin_14f86b00,add_cli_7614de25,brain_validator_be251832,cli_args_8_d546936e,cli_types_1686e858,cli_value_flags_732a8e43,cli_10_35dc8cbd,domain_mapper_cd9333d2,help_106a5842,lint_attachments_873c0632,lint_checks_83522b19,lint_cli_9ec62ec0,lint_pages_e33301d0,lint_types_2862c255,metadata_scanner_6a101b66,preflight_cli_5d148379,query_cli_b95be64d,query_presenter_02e6077c,rules_6c621d1a,stale_cli_64548720,stale_presenter_1de4e3a2,status_cli_4c24a0d6,status_presenter_8de686c1,node_agent_mmd_orchestration_layer_orchestration_sugg_85c5ebe3,node_agent_mmd_memory_vector_layer_memorylayer_sugges_267f408d,node_agent_mmd_orchestration_layer_orchestration_prom_d17b4de2,node_agent_mmd_llm_model_layer_llmlayer_prompt_contex_81f9066a,node_agent_mmd_tool_layer_toollayer_prompt_context_dr_a2772f2b,node_agent_mmd_memory_vector_layer_memorylayer_prompt_ae34fc43,node_agent_mmd_orchestration_layer_orchestration_prom_77088997,node_agent_mmd_llm_model_layer_llmlayer_prompt_contex_e5066b88,node_agent_mmd_tool_layer_toollayer_prompt_context_dr_bd82da46,node_agent_mmd_memory_vector_layer_memorylayer_prompt_efd77624,orchestrator_11376b7e,eval_runner_0966a6b3,runtime_card_trace_64a5ca95,codex_runtime_evidence_types_f55808dd,codex_runtime_evidence_validation_sections_6d236b4a,runtime_evidence_contract_validation_sections_1779ca7c,runtime_evidence_contract_0f7b15b2,analysis_f44e85c4,runner_527aa9f4,verify_work_1_cd8e7ec3,cli_args_14_3481043e,runner_1_6f281bf8,orchestrator_core_d0678b53,orchestrator_1_6b7137c5 agentNode
  classDef llmNode fill:#555,color:#fff
  class node_agent_mmd_orchestration_layer_orchestration_chec_7a9f0b64,node_agent_mmd_llm_model_layer_llmlayer_check_codex_a_29e7b7fa,node_agent_mmd_tool_layer_toollayer_check_codex_agent_4b361d5a,node_agent_mmd_orchestration_layer_orchestration_chec_7fd47f5c,node_agent_mmd_llm_model_layer_llmlayer_check_steerin_0e1bf90d,node_agent_mmd_tool_layer_toollayer_check_steering_fe_eafecf3a,node_agent_mmd_memory_vector_layer_memorylayer_check__64c86928,node_agent_mmd_orchestration_layer_orchestration_run__18817957,node_agent_mmd_llm_model_layer_llmlayer_run_harness_e_603fcfdc,node_agent_mmd_tool_layer_toollayer_run_harness_evals_e2ee24f1,validate_decision_request_2e5c325e,validate_goal_completion_audit_receipt_100d252c,node_agent_mmd_orchestration_layer_orchestration_vali_c01b04be,node_agent_mmd_llm_model_layer_llmlayer_validate_pack_2a12e1f4,node_agent_mmd_tool_layer_toollayer_validate_packaged_2855c827,node_agent_mmd_llm_model_layer_llmlayer_validate_prom_9880f764,node_agent_mmd_memory_vector_layer_memorylayer_valida_c52c4db8,validate_reviewer_coverage_251efee3,node_agent_mmd_llm_model_layer_llmlayer_validate_syst_5636156e,node_agent_mmd_memory_vector_layer_memorylayer_valida_db599a97,check_environment_core_2c16213f,node_agent_mmd_llm_model_layer_llmlayer_context_conte_ad2dfbd9,node_agent_mmd_memory_vector_layer_memorylayer_contex_78ceaaa9,node_agent_mmd_llm_model_layer_llmlayer_index_context_1041bd11,node_agent_mmd_memory_vector_layer_memorylayer_index__6f3402d0,prompt_gate_c5e9d207,node_agent_mmd_orchestration_layer_orchestration_reme_359fe98f,node_agent_mmd_llm_model_layer_llmlayer_remediate_run_9e3d4585,node_agent_mmd_tool_layer_toollayer_remediate_runner__c003b871,node_agent_mmd_llm_model_layer_llmlayer_search_search_66b9a911,node_agent_mmd_memory_vector_layer_memorylayer_search_ac35cb7e,node_agent_mmd_orchestration_layer_orchestration_cont_61b3b9c9,node_agent_mmd_llm_model_layer_llmlayer_context_healt_cfc0bfa8,node_agent_mmd_memory_vector_layer_memorylayer_contex_3204aa0e,node_agent_mmd_orchestration_layer_orchestration_comm_1f8cc24c,node_agent_mmd_llm_model_layer_llmlayer_command_specs_782af9fa,node_agent_mmd_memory_vector_layer_memorylayer_comman_111eb454,prompt_gate_command_spec_9a941482,node_agent_mmd_llm_model_layer_llmlayer_constants_con_c9bd3f6c,node_agent_mmd_memory_vector_layer_memorylayer_consta_702d3f46,node_agent_mmd_llm_model_layer_llmlayer_index_index_1_02e160ff,node_agent_mmd_memory_vector_layer_memorylayer_index__752bc61e,node_agent_mmd_llm_model_layer_llmlayer_indexer_index_4f4deef5,node_agent_mmd_memory_vector_layer_memorylayer_indexe_93e6d86f,node_agent_mmd_llm_model_layer_llmlayer_ollama_ollama_968b23fa,node_agent_mmd_memory_vector_layer_memorylayer_ollama_6d51be16,node_agent_mmd_llm_model_layer_llmlayer_sync_contract_9f3cc8c1,node_agent_mmd_memory_vector_layer_memorylayer_sync_c_e43418bc,north_star_validators_cfc926ce,hilt_boundary_9b36fb15,types_10_75e5a4a0,goal_completion_audit_receipt_validation_9d0f4891,goal_completion_audit_receipt_5e4939c3,index_5_522f772a,node_agent_mmd_tool_layer_toollayer_constants_constan_9d71b829,types_17_ed30531c,sensitive_text_7c11f760,pr_template_linked_issue_relationship_a7b61f2c,pr_template_validator_rules_20a32d6b,node_agent_mmd_orchestration_layer_orchestration_prom_d17b4de2,node_agent_mmd_llm_model_layer_llmlayer_prompt_contex_81f9066a,node_agent_mmd_tool_layer_toollayer_prompt_context_dr_a2772f2b,node_agent_mmd_memory_vector_layer_memorylayer_prompt_ae34fc43,node_agent_mmd_orchestration_layer_orchestration_prom_77088997,node_agent_mmd_llm_model_layer_llmlayer_prompt_contex_e5066b88,node_agent_mmd_tool_layer_toollayer_prompt_context_dr_bd82da46,node_agent_mmd_memory_vector_layer_memorylayer_prompt_efd77624,node_agent_mmd_llm_model_layer_llmlayer_prompt_contex_6426acc2,node_agent_mmd_memory_vector_layer_memorylayer_prompt_55c0d605,cli_args_9_9c136878,cli_11_338a8415,sections_4697ef32,types_27_4d134744,validator_7_f836eb0e,cli_args_10_861cdd3f llmNode
  classDef toolNode fill:#555,color:#fff
-   class node_agent_mmd_orchestration_layer_orchestration_chec_7a9f0b64,node_agent_mmd_llm_model_layer_llmlayer_check_codex_a_29e7b7fa,node_agent_mmd_tool_layer_toollayer_check_codex_agent_4b361d5a,node_agent_mmd_orchestration_layer_orchestration_chec_7fd47f5c,node_agent_mmd_llm_model_layer_llmlayer_check_steerin_0e1bf90d,node_agent_mmd_tool_layer_toollayer_check_steering_fe_eafecf3a,node_agent_mmd_memory_vector_layer_memorylayer_check__64c86928,check_tooling_baseline_parity_3124b30a,node_agent_mmd_orchestration_layer_orchestration_run__18817957,node_agent_mmd_llm_model_layer_llmlayer_run_harness_e_603fcfdc,node_agent_mmd_tool_layer_toollayer_run_harness_evals_e2ee24f1,validate_action_review_receipt_fa2f06c3,node_agent_mmd_orchestration_layer_orchestration_vali_c01b04be,node_agent_mmd_llm_model_layer_llmlayer_validate_pack_2a12e1f4,node_agent_mmd_tool_layer_toollayer_validate_packaged_2855c827,validate_replay_packet_f309747e,node_agent_mmd_tool_layer_toollayer_ci_migrate_core_c_049f8460,node_agent_mmd_memory_vector_layer_memorylayer_ci_mig_0cd5b1a4,doctor_checks_5a2eb2b9,doctor_github_tool_check_e0a938df,doctor_github_tool_checks_a53b0382,doctor_tool_checks_4acac51a,next_blocked_decisions_4140ad2b,policy_gate_213f7313,remediate_cli_output_cc165396,node_agent_mmd_orchestration_layer_orchestration_reme_359fe98f,node_agent_mmd_llm_model_layer_llmlayer_remediate_run_9e3d4585,node_agent_mmd_tool_layer_toollayer_remediate_runner__c003b871,node_agent_mmd_tool_layer_toollayer_review_gate_core__7704598b,node_agent_mmd_memory_vector_layer_memorylayer_review_5bee9816,index_1bc04b52,types_1_4ecdf56e,validation_constants_e002a0f6,validation_98c41dcd,node_agent_mmd_orchestration_layer_orchestration_chec_0550c395,node_agent_mmd_tool_layer_toollayer_checker_checker_2_453d593b,node_agent_mmd_memory_vector_layer_memorylayer_checke_a583eb4f,node_agent_mmd_orchestration_layer_orchestration_shar_724ef5f0,node_agent_mmd_tool_layer_toollayer_shared_state_poli_53734acd,cli_args_1_6144b055,node_agent_mmd_orchestration_layer_orchestration_comm_6e41a7f7,node_agent_mmd_tool_layer_toollayer_command_capabilit_7fe13db1,node_agent_mmd_tool_layer_toollayer_command_capabilit_e97a4615,node_agent_mmd_memory_vector_layer_memorylayer_comman_c72a5d05,linear_command_actions_e430f4f4,node_agent_mmd_orchestration_layer_orchestration_line_b67affd5,node_agent_mmd_tool_layer_toollayer_linear_command_ru_d6763748,node_agent_mmd_orchestration_layer_orchestration_poli_3270b55d,node_agent_mmd_tool_layer_toollayer_policy_validators_af136abf,node_agent_mmd_memory_vector_layer_memorylayer_policy_1944de42,shared_state_action_validator_e7b128cd,node_agent_mmd_orchestration_layer_orchestration_type_7cf81261,node_agent_mmd_tool_layer_toollayer_types_core_types__6c8319b6,node_agent_mmd_memory_vector_layer_memorylayer_types__83f369fa,node_agent_mmd_orchestration_layer_orchestration_vali_d9fe99e6,node_agent_mmd_tool_layer_toollayer_validator_core_va_6ef6131f,node_agent_mmd_memory_vector_layer_memorylayer_valida_41034356,validator_helpers_7b927667,node_agent_mmd_orchestration_layer_orchestration_he_p_fc778c24,node_agent_mmd_tool_layer_toollayer_he_phase_exit_cor_af016160,environment_runtime_3206f0a8,observed_skill_usage_ed7d5930,closure_evidence_aaa31467,pr_creator_dc6b1ea4,client_948fe603,init_output_360dce91,scaffold_ci_templates_2afd6392,scaffold_codex_environment_templates_334fbbed,scaffold_config_templates_4b80ce53,node_agent_mmd_orchestration_layer_orchestration_scaf_c9a90c2f,node_agent_mmd_tool_layer_toollayer_scaffold_environm_c1afc013,node_agent_mmd_memory_vector_layer_memorylayer_scaffo_12b42341,scaffold_github_actions_pr_pipeline_renderer_1ee18de5,scaffold_github_actions_pr_pipeline_template_e2b85f62,scaffold_package_command_template_80e32e83,scaffold_release_private_npm_template_075499f8,node_agent_mmd_llm_model_layer_llmlayer_constants_con_c9bd3f6c,node_agent_mmd_tool_layer_toollayer_constants_constan_9d71b829,index_9_32dd4d91,validation_common_6161e48b,node_agent_mmd_tool_layer_toollayer_cli_cli_2_1_32d9eeaf,node_agent_mmd_memory_vector_layer_memorylayer_cli_cl_1f1f89ab,node_agent_mmd_tool_layer_toollayer_metrics_tracker_m_4c9237d8,node_agent_mmd_memory_vector_layer_memorylayer_metric_12562178,normalise_renderer_85f2e563,evaluation_engine_core_e054fe49,node_agent_mmd_orchestration_layer_orchestration_tool_cc43149f,node_agent_mmd_tool_layer_toollayer_tooling_baseline__61e66e9f,node_agent_mmd_memory_vector_layer_memorylayer_toolin_14f86b00,node_agent_mmd_orchestration_layer_orchestration_prom_d17b4de2,node_agent_mmd_llm_model_layer_llmlayer_prompt_contex_81f9066a,node_agent_mmd_tool_layer_toollayer_prompt_context_dr_a2772f2b,node_agent_mmd_memory_vector_layer_memorylayer_prompt_ae34fc43,node_agent_mmd_orchestration_layer_orchestration_prom_77088997,node_agent_mmd_llm_model_layer_llmlayer_prompt_contex_e5066b88,node_agent_mmd_tool_layer_toollayer_prompt_context_dr_bd82da46,node_agent_mmd_memory_vector_layer_memorylayer_prompt_efd77624,replay_packet_a1293f88,index_14_d982116c,review_lifecycle_contract_e5447221,review_lifecycle_89afa64c,node_agent_mmd_tool_layer_toollayer_runtime_card_code_3636ceac,node_agent_mmd_memory_vector_layer_memorylayer_runtim_a5d23e7f,runtime_card_codex_runtime_0655e230,runtime_evidence_bundle_d471a232,types_36_674380ec,index_17_642943a2,projection_1b250ea1,types_38_e8efcd57,validation_7_c4e6d8b6 toolNode
+   class node_agent_mmd_orchestration_layer_orchestration_chec_7a9f0b64,node_agent_mmd_llm_model_layer_llmlayer_check_codex_a_29e7b7fa,node_agent_mmd_tool_layer_toollayer_check_codex_agent_4b361d5a,node_agent_mmd_orchestration_layer_orchestration_chec_7fd47f5c,node_agent_mmd_llm_model_layer_llmlayer_check_steerin_0e1bf90d,node_agent_mmd_tool_layer_toollayer_check_steering_fe_eafecf3a,node_agent_mmd_memory_vector_layer_memorylayer_check__64c86928,check_tooling_baseline_parity_3124b30a,node_agent_mmd_orchestration_layer_orchestration_run__18817957,node_agent_mmd_llm_model_layer_llmlayer_run_harness_e_603fcfdc,node_agent_mmd_tool_layer_toollayer_run_harness_evals_e2ee24f1,validate_action_review_receipt_fa2f06c3,node_agent_mmd_orchestration_layer_orchestration_vali_c01b04be,node_agent_mmd_llm_model_layer_llmlayer_validate_pack_2a12e1f4,node_agent_mmd_tool_layer_toollayer_validate_packaged_2855c827,validate_replay_packet_f309747e,node_agent_mmd_tool_layer_toollayer_ci_migrate_core_c_049f8460,node_agent_mmd_memory_vector_layer_memorylayer_ci_mig_0cd5b1a4,doctor_checks_5a2eb2b9,doctor_github_tool_check_e0a938df,doctor_github_tool_checks_a53b0382,doctor_tool_checks_4acac51a,fleet_plan_repo_ecdc6499,next_blocked_decisions_4140ad2b,policy_gate_213f7313,remediate_cli_output_cc165396,node_agent_mmd_orchestration_layer_orchestration_reme_359fe98f,node_agent_mmd_llm_model_layer_llmlayer_remediate_run_9e3d4585,node_agent_mmd_tool_layer_toollayer_remediate_runner__c003b871,node_agent_mmd_tool_layer_toollayer_review_gate_core__7704598b,node_agent_mmd_memory_vector_layer_memorylayer_review_5bee9816,index_1bc04b52,types_1_4ecdf56e,validation_constants_e002a0f6,validation_98c41dcd,node_agent_mmd_orchestration_layer_orchestration_chec_0550c395,node_agent_mmd_tool_layer_toollayer_checker_checker_2_453d593b,node_agent_mmd_memory_vector_layer_memorylayer_checke_a583eb4f,node_agent_mmd_orchestration_layer_orchestration_shar_724ef5f0,node_agent_mmd_tool_layer_toollayer_shared_state_poli_53734acd,cli_args_1_6144b055,node_agent_mmd_orchestration_layer_orchestration_comm_6e41a7f7,node_agent_mmd_tool_layer_toollayer_command_capabilit_7fe13db1,node_agent_mmd_tool_layer_toollayer_command_capabilit_e97a4615,node_agent_mmd_memory_vector_layer_memorylayer_comman_c72a5d05,linear_command_actions_e430f4f4,node_agent_mmd_orchestration_layer_orchestration_line_b67affd5,node_agent_mmd_tool_layer_toollayer_linear_command_ru_d6763748,node_agent_mmd_orchestration_layer_orchestration_poli_3270b55d,node_agent_mmd_tool_layer_toollayer_policy_validators_af136abf,node_agent_mmd_memory_vector_layer_memorylayer_policy_1944de42,shared_state_action_validator_e7b128cd,node_agent_mmd_orchestration_layer_orchestration_type_7cf81261,node_agent_mmd_tool_layer_toollayer_types_core_types__6c8319b6,node_agent_mmd_memory_vector_layer_memorylayer_types__83f369fa,node_agent_mmd_orchestration_layer_orchestration_vali_d9fe99e6,node_agent_mmd_tool_layer_toollayer_validator_core_va_6ef6131f,node_agent_mmd_memory_vector_layer_memorylayer_valida_41034356,validator_helpers_7b927667,node_agent_mmd_orchestration_layer_orchestration_he_p_fc778c24,node_agent_mmd_tool_layer_toollayer_he_phase_exit_cor_af016160,environment_runtime_3206f0a8,observed_skill_usage_ed7d5930,closure_evidence_aaa31467,pr_creator_dc6b1ea4,client_948fe603,init_output_360dce91,scaffold_ci_templates_2afd6392,scaffold_codex_environment_templates_334fbbed,scaffold_config_templates_4b80ce53,node_agent_mmd_orchestration_layer_orchestration_scaf_c9a90c2f,node_agent_mmd_tool_layer_toollayer_scaffold_environm_c1afc013,node_agent_mmd_memory_vector_layer_memorylayer_scaffo_12b42341,scaffold_github_actions_pr_pipeline_renderer_1ee18de5,scaffold_github_actions_pr_pipeline_template_e2b85f62,scaffold_package_command_template_80e32e83,scaffold_release_private_npm_template_075499f8,node_agent_mmd_llm_model_layer_llmlayer_constants_con_c9bd3f6c,node_agent_mmd_tool_layer_toollayer_constants_constan_9d71b829,index_9_32dd4d91,validation_common_6161e48b,node_agent_mmd_tool_layer_toollayer_cli_cli_2_1_32d9eeaf,node_agent_mmd_memory_vector_layer_memorylayer_cli_cl_1f1f89ab,node_agent_mmd_tool_layer_toollayer_metrics_tracker_m_4c9237d8,node_agent_mmd_memory_vector_layer_memorylayer_metric_12562178,normalise_renderer_85f2e563,evaluation_engine_core_e054fe49,node_agent_mmd_orchestration_layer_orchestration_tool_cc43149f,node_agent_mmd_tool_layer_toollayer_tooling_baseline__61e66e9f,node_agent_mmd_memory_vector_layer_memorylayer_toolin_14f86b00,node_agent_mmd_orchestration_layer_orchestration_prom_d17b4de2,node_agent_mmd_llm_model_layer_llmlayer_prompt_contex_81f9066a,node_agent_mmd_tool_layer_toollayer_prompt_context_dr_a2772f2b,node_agent_mmd_memory_vector_layer_memorylayer_prompt_ae34fc43,node_agent_mmd_orchestration_layer_orchestration_prom_77088997,node_agent_mmd_llm_model_layer_llmlayer_prompt_contex_e5066b88,node_agent_mmd_tool_layer_toollayer_prompt_context_dr_bd82da46,node_agent_mmd_memory_vector_layer_memorylayer_prompt_efd77624,replay_packet_a1293f88,index_14_d982116c,review_lifecycle_contract_e5447221,review_lifecycle_89afa64c,node_agent_mmd_tool_layer_toollayer_runtime_card_code_3636ceac,node_agent_mmd_memory_vector_layer_memorylayer_runtim_a5d23e7f,runtime_card_codex_runtime_0655e230,runtime_evidence_bundle_d471a232,types_36_674380ec,index_17_642943a2,projection_1b250ea1,types_38_e8efcd57,validation_7_c4e6d8b6 toolNode
  classDef memNode fill:#555,color:#fff
  class node_agent_mmd_orchestration_layer_orchestration_chec_7fd47f5c,node_agent_mmd_llm_model_layer_llmlayer_check_steerin_0e1bf90d,node_agent_mmd_tool_layer_toollayer_check_steering_fe_eafecf3a,node_agent_mmd_memory_vector_layer_memorylayer_check__64c86928,normalize_workflow_contracts_8701f1c8,sync_codex_preflight_7e7a8dc2,test_harness_upgrade_matrix_84113c4e,node_agent_mmd_llm_model_layer_llmlayer_validate_prom_9880f764,node_agent_mmd_memory_vector_layer_memorylayer_valida_c52c4db8,validate_runtime_packet_schemas_bc3ba8ec,node_agent_mmd_llm_model_layer_llmlayer_validate_syst_5636156e,node_agent_mmd_memory_vector_layer_memorylayer_valida_db599a97,validate_workflow_contracts_33dc063c,branch_protect_core_a8feb0fd,node_agent_mmd_tool_layer_toollayer_ci_migrate_core_c_049f8460,node_agent_mmd_memory_vector_layer_memorylayer_ci_mig_0cd5b1a4,context_health_80bb7da9,node_agent_mmd_llm_model_layer_llmlayer_context_conte_ad2dfbd9,node_agent_mmd_memory_vector_layer_memorylayer_contex_78ceaaa9,docs_gate_core_eb9b6c18,node_agent_mmd_llm_model_layer_llmlayer_index_context_1041bd11,node_agent_mmd_memory_vector_layer_memorylayer_index__6f3402d0,local_memory_preflight_dcc36c42,memory_gate_a577a506,node_agent_mmd_orchestration_layer_orchestration_next_5393fba1,node_agent_mmd_memory_vector_layer_memorylayer_next_r_7feb80cc,pattern_scope_siblings_43abe000,review_context_ca6cf81d,node_agent_mmd_tool_layer_toollayer_review_gate_core__7704598b,node_agent_mmd_memory_vector_layer_memorylayer_review_5bee9816,node_agent_mmd_llm_model_layer_llmlayer_search_search_66b9a911,node_agent_mmd_memory_vector_layer_memorylayer_search_ac35cb7e,session_context_e5ec72c0,node_agent_mmd_orchestration_layer_orchestration_tool_acfe0c01,node_agent_mmd_memory_vector_layer_memorylayer_toolin_a1185b8f,run_local_memory_preflight_36e92808,node_agent_mmd_orchestration_layer_orchestration_chec_0550c395,node_agent_mmd_tool_layer_toollayer_checker_checker_2_453d593b,node_agent_mmd_memory_vector_layer_memorylayer_checke_a583eb4f,node_agent_mmd_orchestration_layer_orchestration_cont_61b3b9c9,node_agent_mmd_llm_model_layer_llmlayer_context_healt_cfc0bfa8,node_agent_mmd_memory_vector_layer_memorylayer_contex_3204aa0e,node_agent_mmd_orchestration_layer_orchestration_type_4f906dcc,node_agent_mmd_memory_vector_layer_memorylayer_types__9ad640a0,branch_protect_sync_570adb18,node_agent_mmd_tool_layer_toollayer_command_capabilit_e97a4615,node_agent_mmd_memory_vector_layer_memorylayer_comman_c72a5d05,node_agent_mmd_orchestration_layer_orchestration_comm_1f8cc24c,node_agent_mmd_llm_model_layer_llmlayer_command_specs_782af9fa,node_agent_mmd_memory_vector_layer_memorylayer_comman_111eb454,local_memory_preflight_command_spec_9e23f3ce,memory_gate_command_spec_dc9001a9,review_gate_command_spec_3187376a,session_context_command_spec_973afbb1,node_agent_mmd_llm_model_layer_llmlayer_constants_con_c9bd3f6c,node_agent_mmd_memory_vector_layer_memorylayer_consta_702d3f46,context_compact_policy_3dcaf95d,node_agent_mmd_llm_model_layer_llmlayer_index_index_1_02e160ff,node_agent_mmd_memory_vector_layer_memorylayer_index__752bc61e,node_agent_mmd_llm_model_layer_llmlayer_indexer_index_4f4deef5,node_agent_mmd_memory_vector_layer_memorylayer_indexe_93e6d86f,init_error_5c7dd49f,lexical_fallback_723e2b3e,node_agent_mmd_llm_model_layer_llmlayer_ollama_ollama_968b23fa,node_agent_mmd_memory_vector_layer_memorylayer_ollama_6d51be16,rollout_a4fa034c,sources_878a52fc,store_824d80d7,node_agent_mmd_llm_model_layer_llmlayer_sync_contract_9f3cc8c1,node_agent_mmd_memory_vector_layer_memorylayer_sync_c_e43418bc,types_8_f6283648,harness_run_context_ac7c77a9,index_4_013aa0e3,json_schema_core_96d7e328,node_agent_mmd_orchestration_layer_orchestration_poli_3270b55d,node_agent_mmd_tool_layer_toollayer_policy_validators_af136abf,node_agent_mmd_memory_vector_layer_memorylayer_policy_1944de42,node_agent_mmd_orchestration_layer_orchestration_type_7cf81261,node_agent_mmd_tool_layer_toollayer_types_core_types__6c8319b6,node_agent_mmd_memory_vector_layer_memorylayer_types__83f369fa,node_agent_mmd_orchestration_layer_orchestration_vali_d9fe99e6,node_agent_mmd_tool_layer_toollayer_validator_core_va_6ef6131f,node_agent_mmd_memory_vector_layer_memorylayer_valida_41034356,archive_candidates_scanner_d0931789,archive_candidates_dc0e40e1,docs_task_eval_contract_79347457,docs_task_eval_fixtures_44902755,node_agent_mmd_orchestration_layer_orchestration_init_2a9c3ecb,node_agent_mmd_memory_vector_layer_memorylayer_init_m_333d02c5,node_agent_mmd_orchestration_layer_orchestration_proj_6ab6f60f,node_agent_mmd_memory_vector_layer_memorylayer_projec_3ae304d9,scaffold_diagram_templates_dd88e83c,node_agent_mmd_orchestration_layer_orchestration_scaf_12cc07db,node_agent_mmd_memory_vector_layer_memorylayer_scaffo_5fd73b94,node_agent_mmd_orchestration_layer_orchestration_scaf_c9a90c2f,node_agent_mmd_tool_layer_toollayer_scaffold_environm_c1afc013,node_agent_mmd_memory_vector_layer_memorylayer_scaffo_12b42341,scaffold_hook_templates_8c74ab50,scaffold_root_command_templates_404fed7f,scaffold_script_template_registry_69312d4e,scaffold_shell_templates_0ad0f915,scaffold_surfaces_12d6494e,node_agent_mmd_orchestration_layer_orchestration_scaf_ff8f92f6,node_agent_mmd_memory_vector_layer_memorylayer_scaffo_a86eece1,scaffold_workflow_template_92310587,eval_seed_5699fd3e,index_10_f6785a46,review_context_1_e3afed15,memory_gate_1_265164ac,branch_enforcer_acb749cd,cli_args_5_09ea29f0,node_agent_mmd_tool_layer_toollayer_cli_cli_2_1_32d9eeaf,node_agent_mmd_memory_vector_layer_memorylayer_cli_cl_1f1f89ab,node_agent_mmd_tool_layer_toollayer_metrics_tracker_m_4c9237d8,node_agent_mmd_memory_vector_layer_memorylayer_metric_12562178,types_19_eb4ad5f0,validator_5_b19ac2be,node_agent_mmd_orchestration_layer_orchestration_clas_899b821a,node_agent_mmd_memory_vector_layer_memorylayer_classi_1ebbf5ff,node_agent_mmd_orchestration_layer_orchestration_tool_cc43149f,node_agent_mmd_tool_layer_toollayer_tooling_baseline__61e66e9f,node_agent_mmd_memory_vector_layer_memorylayer_toolin_14f86b00,claim_helpers_20dc8387,types_24_c63dc1a7,local_memory_smoke_1175abfc,local_memory_0db17ecc,performance_overload_c685bfcf,node_agent_mmd_orchestration_layer_orchestration_sugg_85c5ebe3,node_agent_mmd_memory_vector_layer_memorylayer_sugges_267f408d,node_agent_mmd_orchestration_layer_orchestration_prom_d17b4de2,node_agent_mmd_llm_model_layer_llmlayer_prompt_contex_81f9066a,node_agent_mmd_tool_layer_toollayer_prompt_context_dr_a2772f2b,node_agent_mmd_memory_vector_layer_memorylayer_prompt_ae34fc43,node_agent_mmd_orchestration_layer_orchestration_prom_77088997,node_agent_mmd_llm_model_layer_llmlayer_prompt_contex_e5066b88,node_agent_mmd_tool_layer_toollayer_prompt_context_dr_bd82da46,node_agent_mmd_memory_vector_layer_memorylayer_prompt_efd77624,node_agent_mmd_llm_model_layer_llmlayer_prompt_contex_6426acc2,node_agent_mmd_memory_vector_layer_memorylayer_prompt_55c0d605,types_31_eb363e20,policy_1_fc4198db,node_agent_mmd_tool_layer_toollayer_runtime_card_code_3636ceac,node_agent_mmd_memory_vector_layer_memorylayer_runtim_a5d23e7f,cli_12_01c06c37,collector_0736fd5b,types_34_85e6a0bb,overload_guard_2748c559 memNode
